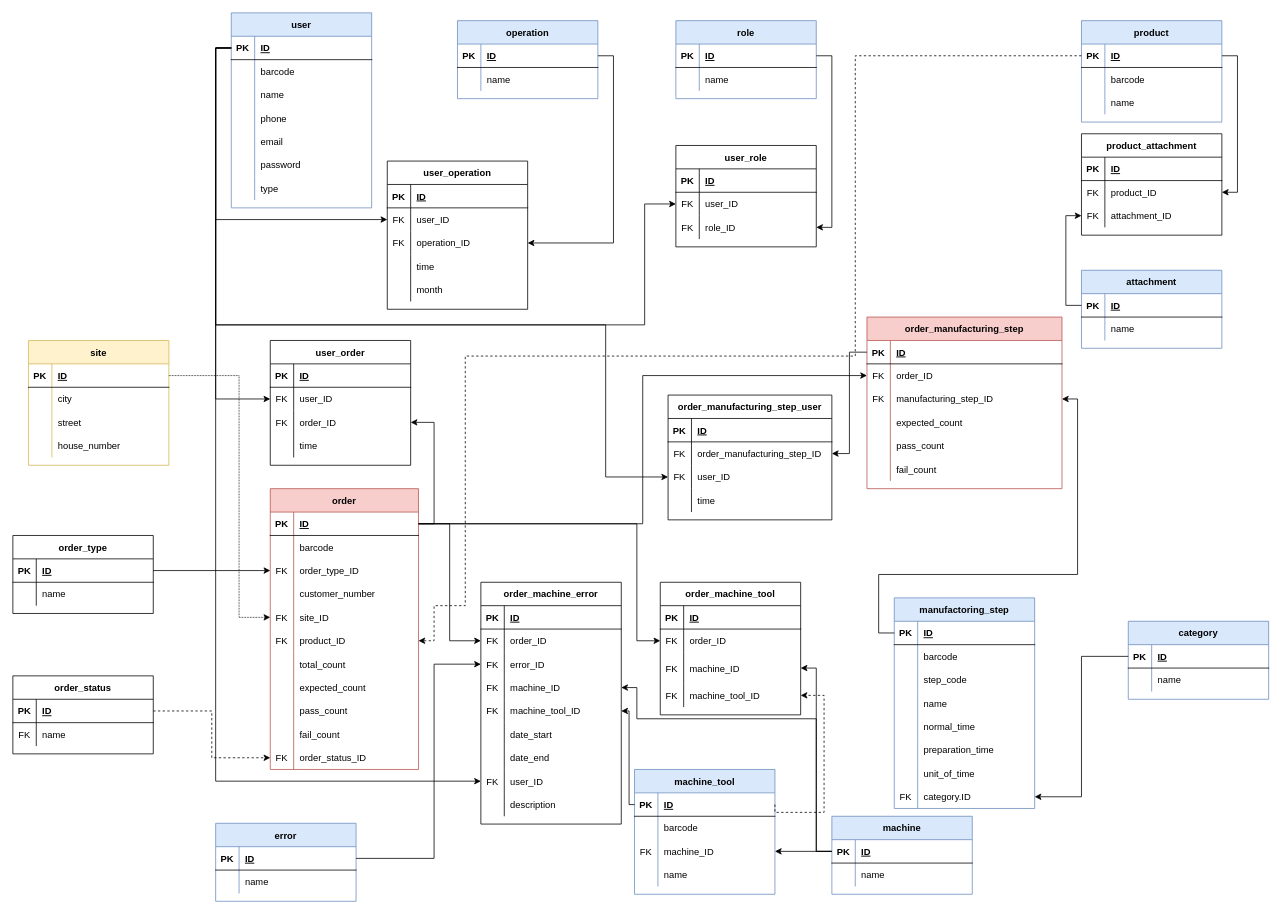
Above: DOC/diagrams/database_plan_2_0_0.drawio in KerteszZoltan/mesterminal (draw.io), before the change. Source tidied: cells renumbered, new cells numbered last; positions are measured from the earlier drawing's top-left corner, leaving out a move shared by most shapes. Both pictures are drawn from the tidied source at 78%, with x=0, y=0 at pixel (12, 12).
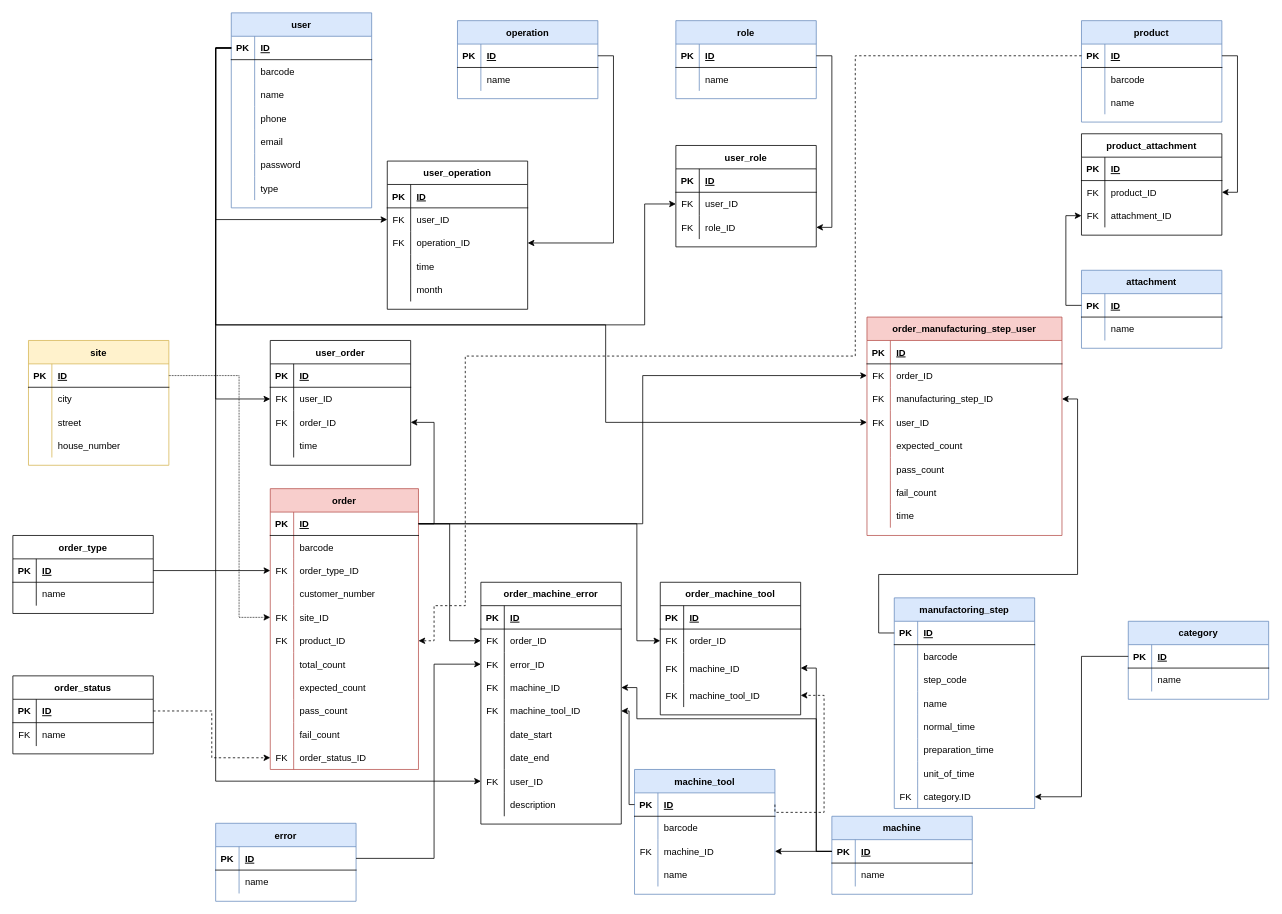
Above is the later version.

Commit message:
order_manufacturing_step and order_manufacturing_step_user merging

The change refers to these unchanged cells:
```xml
<mxCell id="3" style="shape=partialRectangle;fillColor=none;top=0;left=0;bottom=1;right=0;points=[[0,0.5],[1,0.5]];portConstraint=eastwest;" parent="2" vertex="1">
  <mxGeometry y="30" width="180" height="30" as="geometry" />
</mxCell>
<mxCell id="258" style="shape=partialRectangle;fillColor=none;top=0;left=0;bottom=1;right=0;points=[[0,0.5],[1,0.5]];portConstraint=eastwest;" parent="257" vertex="1">
  <mxGeometry y="30" width="250" height="30" as="geometry" />
</mxCell>
```

The edit, as a diff of the source:
```diff
@@
-    <mxCell id="257" value="order_manufacturing_step" style="shape=table;startSize=30;childLayout=tableLayout;rowLines=0;fontStyle=1;align=center;fillColor=#f8cecc;strokeColor=#b85450;" parent="1" vertex="1">
-      <mxGeometry x="1095" y="390" width="250" height="220" as="geometry" />
+    <mxCell id="257" value="order_manufacturing_step_user" style="shape=table;startSize=30;childLayout=tableLayout;rowLines=0;fontStyle=1;align=center;fillColor=#f8cecc;strokeColor=#b85450;" parent="1" vertex="1">
+      <mxGeometry x="1095" y="390" width="250" height="280" as="geometry" />
     </mxCell>
@@
+    <mxCell id="323" style="shape=partialRectangle;fillColor=none;top=0;left=0;bottom=0;right=0;points=[[0,0.5],[1,0.5]];portConstraint=eastwest;" parent="257" vertex="1">
+      <mxGeometry y="120" width="250" height="30" as="geometry" />
+    </mxCell>
+    <mxCell id="324" value="FK" style="shape=partialRectangle;fillColor=none;top=0;left=0;bottom=0;right=0;overflow=hidden;" parent="323" vertex="1">
+      <mxGeometry width="30" height="30" as="geometry" />
+    </mxCell>
+    <mxCell id="317" value="user_ID" style="shape=partialRectangle;fillColor=none;top=0;left=0;bottom=0;right=0;align=left;spacingLeft=6;overflow=hidden;" parent="323" vertex="1">
+      <mxGeometry x="30" width="220" height="30" as="geometry" />
+    </mxCell>
     <mxCell id="267" style="shape=partialRectangle;fillColor=none;top=0;left=0;bottom=0;right=0;" parent="257" vertex="1">
-      <mxGeometry y="120" width="250" height="30" as="geometry" />
+      <mxGeometry y="150" width="250" height="30" as="geometry" />
     </mxCell>
@@
     <mxCell id="270" style="shape=partialRectangle;fillColor=none;top=0;left=0;bottom=0;right=0;" parent="257" vertex="1">
-      <mxGeometry y="150" width="250" height="30" as="geometry" />
+      <mxGeometry y="180" width="250" height="30" as="geometry" />
     </mxCell>
@@
     <mxCell id="273" style="shape=partialRectangle;fillColor=none;top=0;left=0;bottom=0;right=0;" parent="257" vertex="1">
-      <mxGeometry y="180" width="250" height="30" as="geometry" />
+      <mxGeometry y="210" width="250" height="30" as="geometry" />
     </mxCell>
@@
+    <mxCell id="325" style="shape=partialRectangle;fillColor=none;top=0;left=0;bottom=0;right=0;" parent="257" vertex="1">
+      <mxGeometry y="240" width="250" height="30" as="geometry" />
+    </mxCell>
+    <mxCell id="319" style="shape=partialRectangle;fillColor=none;top=0;left=0;bottom=0;right=0;overflow=hidden;" parent="325" vertex="1">
+      <mxGeometry width="30" height="30" as="geometry" />
+    </mxCell>
+    <mxCell id="320" value="time" style="shape=partialRectangle;fillColor=none;top=0;left=0;bottom=0;right=0;align=left;spacingLeft=6;overflow=hidden;" parent="325" vertex="1">
+      <mxGeometry x="30" width="220" height="30" as="geometry" />
+    </mxCell>
@@
-    <mxCell id="308" value="order_manufacturing_step_user" style="shape=table;startSize=30;childLayout=tableLayout;rowLines=0;fontStyle=1;align=center;" parent="1" vertex="1">
-      <mxGeometry x="840" y="490" width="210" height="160" as="geometry" />
-    </mxCell>
-    <mxCell id="309" style="shape=partialRectangle;fillColor=none;top=0;left=0;bottom=1;right=0;" parent="308" vertex="1">
-      <mxGeometry y="30" width="210" height="30" as="geometry" />
-    </mxCell>
-    <mxCell id="310" value="PK" style="shape=partialRectangle;fillColor=none;top=0;left=0;bottom=0;right=0;fontStyle=1;overflow=hidden;" parent="309" vertex="1">
-      <mxGeometry width="30" height="30" as="geometry" />
-    </mxCell>
-    <mxCell id="311" value="ID" style="shape=partialRectangle;fillColor=none;top=0;left=0;bottom=0;right=0;align=left;spacingLeft=6;fontStyle=5;overflow=hidden;" parent="309" vertex="1">
-      <mxGeometry x="30" width="180" height="30" as="geometry" />
-    </mxCell>
-    <mxCell id="312" style="shape=partialRectangle;fillColor=none;top=0;left=0;bottom=0;right=0;points=[[0,0.5],[1,0.5]];portConstraint=eastwest;" parent="308" vertex="1">
-      <mxGeometry y="60" width="210" height="30" as="geometry" />
-    </mxCell>
-    <mxCell id="313" value="FK" style="shape=partialRectangle;fillColor=none;top=0;left=0;bottom=0;right=0;overflow=hidden;" parent="312" vertex="1">
-      <mxGeometry width="30" height="30" as="geometry" />
-    </mxCell>
-    <mxCell id="314" value="order_manufacturing_step_ID" style="shape=partialRectangle;fillColor=none;top=0;left=0;bottom=0;right=0;align=left;spacingLeft=6;overflow=hidden;" parent="312" vertex="1">
-      <mxGeometry x="30" width="180" height="30" as="geometry" />
-    </mxCell>
-    <mxCell id="315" style="shape=partialRectangle;fillColor=none;top=0;left=0;bottom=0;right=0;points=[[0,0.5],[1,0.5]];portConstraint=eastwest;" parent="308" vertex="1">
-      <mxGeometry y="90" width="210" height="30" as="geometry" />
-    </mxCell>
-    <mxCell id="316" value="FK" style="shape=partialRectangle;fillColor=none;top=0;left=0;bottom=0;right=0;overflow=hidden;" parent="315" vertex="1">
-      <mxGeometry width="30" height="30" as="geometry" />
-    </mxCell>
-    <mxCell id="317" value="user_ID" style="shape=partialRectangle;fillColor=none;top=0;left=0;bottom=0;right=0;align=left;spacingLeft=6;overflow=hidden;" parent="315" vertex="1">
-      <mxGeometry x="30" width="180" height="30" as="geometry" />
-    </mxCell>
-    <mxCell id="318" style="shape=partialRectangle;fillColor=none;top=0;left=0;bottom=0;right=0;" parent="308" vertex="1">
-      <mxGeometry y="120" width="210" height="30" as="geometry" />
-    </mxCell>
-    <mxCell id="319" style="shape=partialRectangle;fillColor=none;top=0;left=0;bottom=0;right=0;overflow=hidden;" parent="318" vertex="1">
-      <mxGeometry width="30" height="30" as="geometry" />
-    </mxCell>
-    <mxCell id="320" value="time" style="shape=partialRectangle;fillColor=none;top=0;left=0;bottom=0;right=0;align=left;spacingLeft=6;overflow=hidden;" parent="318" vertex="1">
-      <mxGeometry x="30" width="180" height="30" as="geometry" />
-    </mxCell>
-    <mxCell id="321" style="edgeStyle=orthogonalEdgeStyle;rounded=0;jettySize=auto;html=1;exitX=0;exitY=0.5;exitDx=0;exitDy=0;" parent="1" edge="1" source="3" target="315">
+    <mxCell id="321" style="edgeStyle=orthogonalEdgeStyle;rounded=0;jettySize=auto;html=1;exitX=0;exitY=0.5;exitDx=0;exitDy=0;entryX=0;entryY=0.5;entryDx=0;entryDy=0;" parent="1" edge="1" source="3" target="323">
       <mxGeometry relative="1" as="geometry">
         <Array as="points">
           <mxPoint x="260" y="45" />
           <mxPoint x="260" y="400" />
           <mxPoint x="760" y="400" />
-          <mxPoint x="760" y="595" />
+          <mxPoint x="760" y="525" />
         </Array>
       </mxGeometry>
     </mxCell>
-    <mxCell id="322" style="edgeStyle=orthogonalEdgeStyle;rounded=0;jettySize=auto;html=1;exitX=0;exitY=0.5;exitDx=0;exitDy=0;entryX=1;entryY=0.5;entryDx=0;entryDy=0;" parent="1" edge="1" source="258" target="312">
-      <mxGeometry relative="1" as="geometry" />
-    </mxCell>
```
